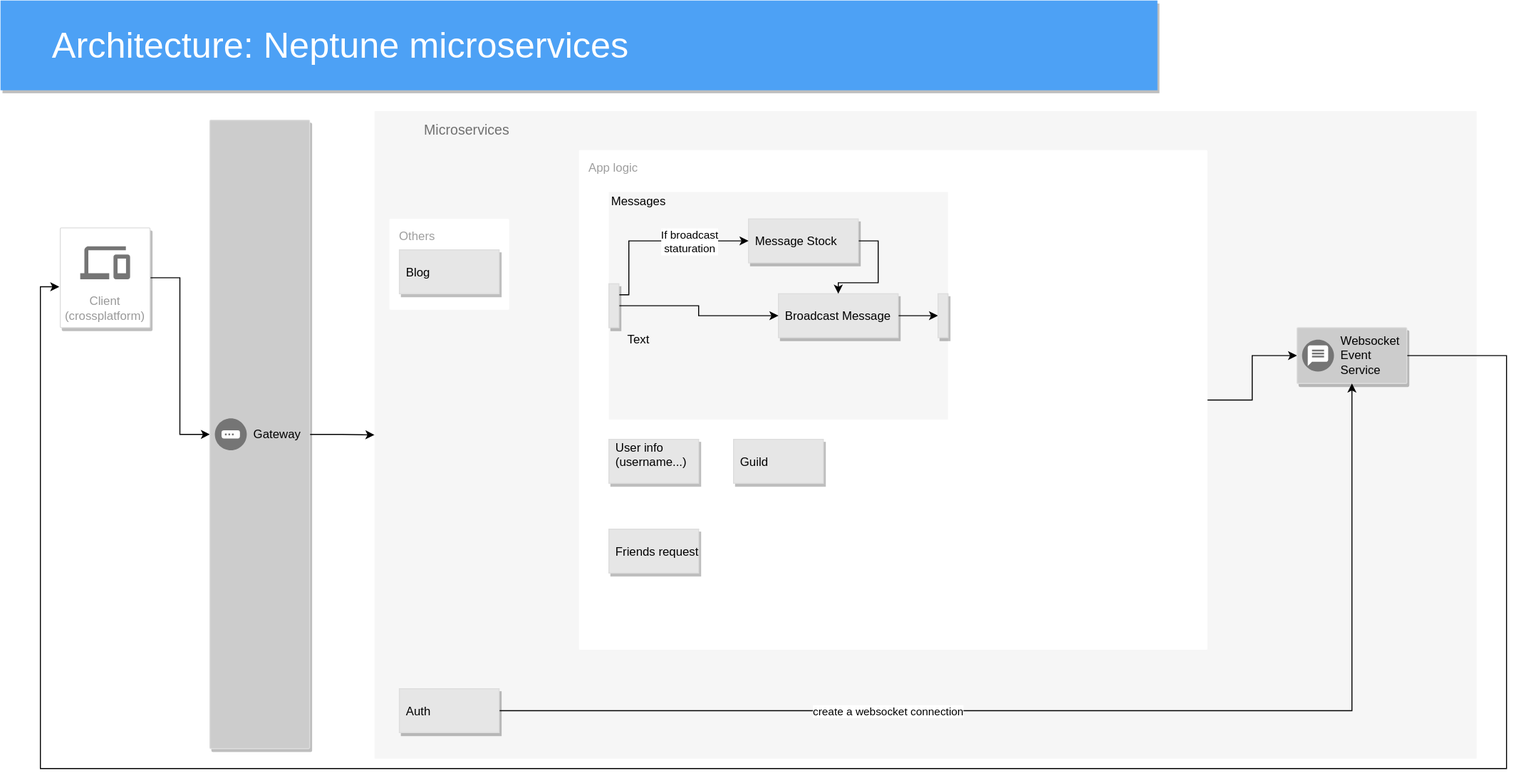
Above: diagram/diagram.svg in NeptuneOrg/guideline (draw.io), before the change. Source tidied: cells renumbered, new cells last; positions are measured from the earlier drawing's top-left corner, leaving out a move shared by most shapes.
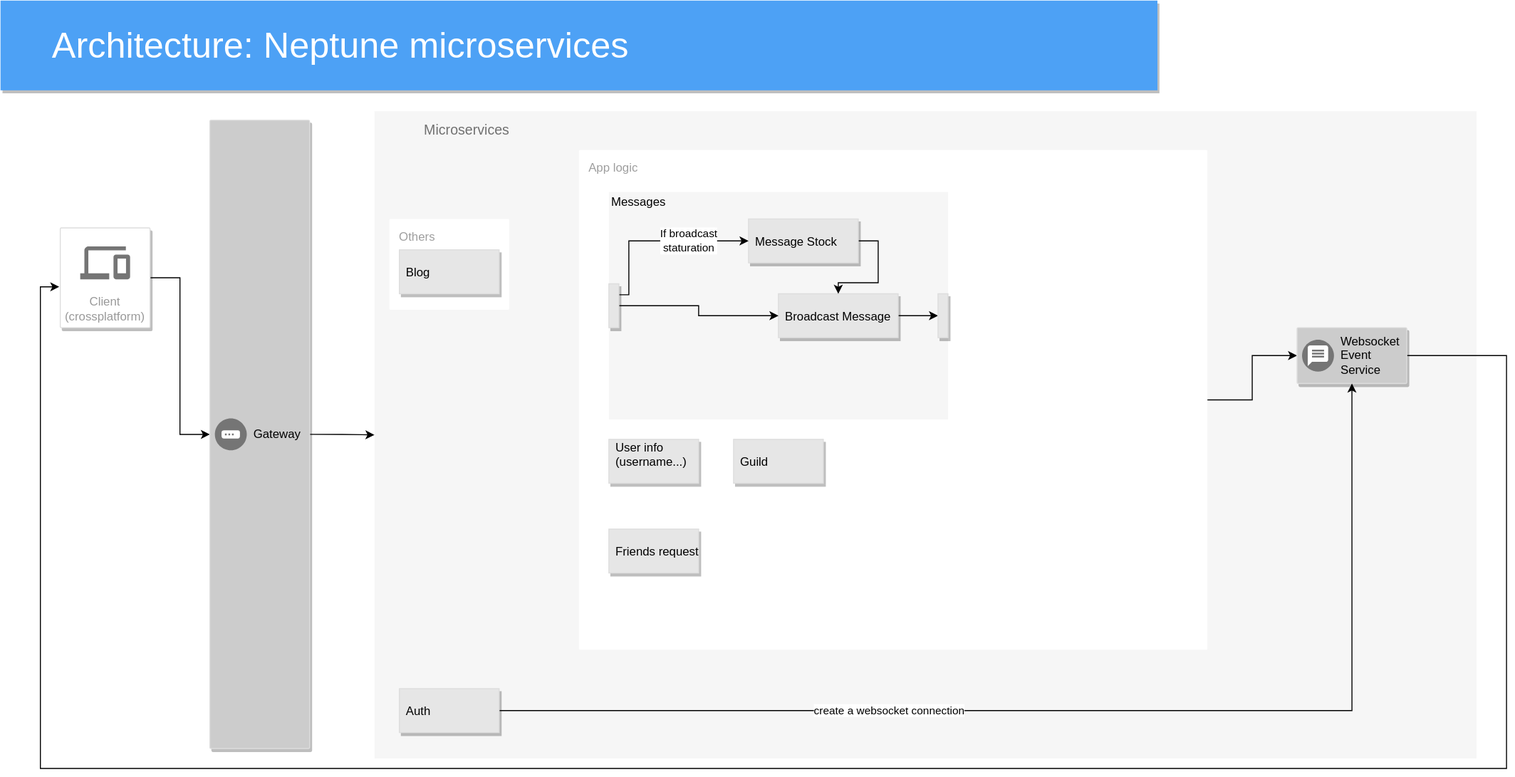
Above is the later version.

Change to the diagram source:
```diff
@@ -119,9 +119,6 @@
     <mxCell id="32" style="dashed=0;strokeColor=#dddddd;shadow=1;strokeWidth=1;labelPosition=center;verticalLabelPosition=middle;align=left;verticalAlign=middle;spacingLeft=5;fontSize=12;fillColor=#E6E6E6;" parent="1" vertex="1">
       <mxGeometry x="940" y="294" width="10" height="44" as="geometry" />
     </mxCell>
-    <mxCell id="33" value="Text" style="text;html=1;strokeColor=none;fillColor=none;align=center;verticalAlign=middle;whiteSpace=wrap;rounded=0;" parent="1" vertex="1">
-      <mxGeometry x="620" y="330" width="40" height="20" as="geometry" />
-    </mxCell>
     <mxCell id="34" value="Messages" style="text;html=1;strokeColor=none;fillColor=none;align=center;verticalAlign=middle;whiteSpace=wrap;rounded=0;" parent="1" vertex="1">
       <mxGeometry x="620" y="192" width="40" height="20" as="geometry" />
     </mxCell>
```
